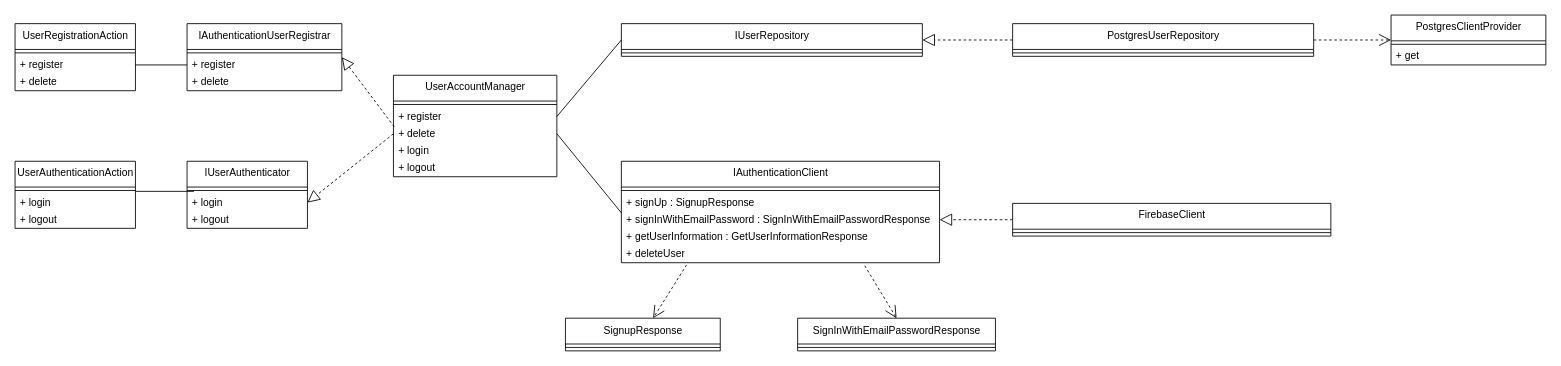
Before: page "AuthenticationModule" (3 of 7) of project-designs/class-diagrams/ff14-sns.drawio in Mouwf/FF14SNS, a draw.io diagram. Source tidied: cells renumbered, new cells numbered last; positions are measured from the earlier drawing's top-left corner, leaving out a move shared by most shapes. Both pictures are drawn from the tidied source at 86%, with x=0, y=0 at pixel (15, 15).
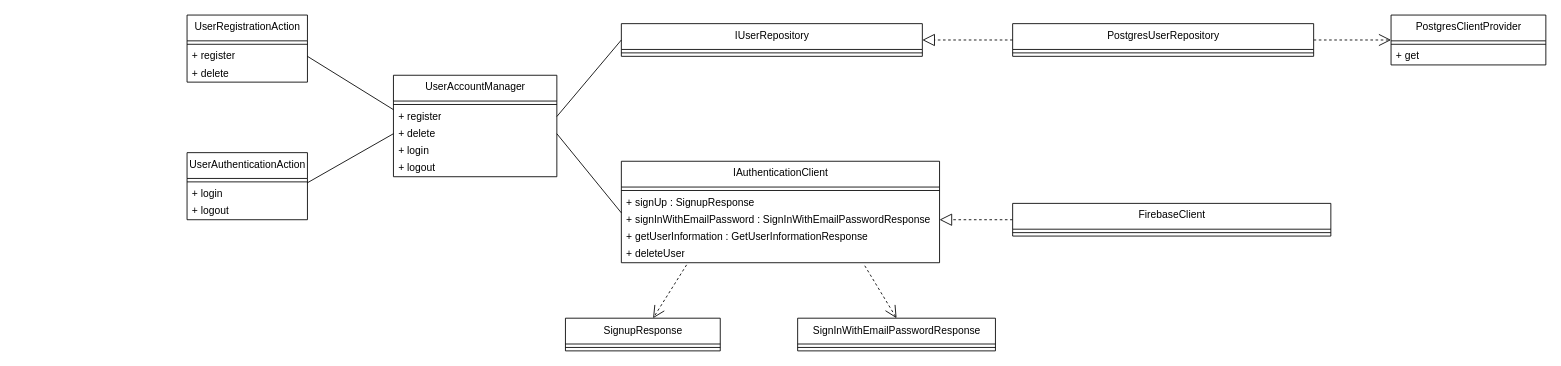
The same page after the edit.

Unchanged cells that the change refers to:
```xml
<mxCell id="12" value="+ register" style="text;html=1;strokeColor=none;fillColor=none;align=left;verticalAlign=middle;spacingLeft=4;spacingRight=4;overflow=hidden;points=[[0,0.5],[1,0.5]];portConstraint=eastwest;" parent="10" vertex="1">
  <mxGeometry y="38" width="190" height="20" as="geometry" />
</mxCell>
<mxCell id="13" value="+ delete" style="text;html=1;strokeColor=none;fillColor=none;align=left;verticalAlign=middle;spacingLeft=4;spacingRight=4;overflow=hidden;points=[[0,0.5],[1,0.5]];portConstraint=eastwest;" parent="10" vertex="1">
  <mxGeometry y="58" width="190" height="20" as="geometry" />
</mxCell>
<mxCell id="18" value="+ register" style="text;html=1;strokeColor=none;fillColor=none;align=left;verticalAlign=middle;spacingLeft=4;spacingRight=4;overflow=hidden;points=[[0,0.5],[1,0.5]];portConstraint=eastwest;" parent="16" vertex="1">
  <mxGeometry y="38" width="140" height="20" as="geometry" />
</mxCell>
<mxCell id="24" style="line;strokeWidth=1;fillColor=none;align=left;verticalAlign=middle;spacingTop=-1;spacingLeft=3;spacingRight=3;labelPosition=right;points=[];portConstraint=eastwest;" parent="23" vertex="1">
  <mxGeometry y="30" width="140" height="8" as="geometry" />
</mxCell>
```

What changed in the source:
```diff
@@
-    <mxCell id="2" value="IUserAuthenticator" style="swimlane;fontStyle=0;align=center;verticalAlign=top;horizontal=1;startSize=30;html=1;" parent="1" vertex="1">
-      <mxGeometry x="200" y="170" width="140" height="78" as="geometry" />
-    </mxCell>
-    <mxCell id="3" style="line;strokeWidth=1;fillColor=none;align=left;verticalAlign=middle;spacingTop=-1;spacingLeft=3;spacingRight=3;labelPosition=right;points=[];portConstraint=eastwest;" parent="2" vertex="1">
-      <mxGeometry y="30" width="140" height="8" as="geometry" />
-    </mxCell>
-    <mxCell id="4" value="+ login" style="text;html=1;strokeColor=none;fillColor=none;align=left;verticalAlign=middle;spacingLeft=4;spacingRight=4;overflow=hidden;points=[[0,0.5],[1,0.5]];portConstraint=eastwest;" parent="2" vertex="1">
-      <mxGeometry y="38" width="140" height="20" as="geometry" />
-    </mxCell>
-    <mxCell id="5" value="+ logout" style="text;html=1;strokeColor=none;fillColor=none;align=left;verticalAlign=middle;spacingLeft=4;spacingRight=4;overflow=hidden;" parent="2" vertex="1">
-      <mxGeometry y="58" width="140" height="20" as="geometry" />
-    </mxCell>
-    <mxCell id="6" value="IAuthenticationUserRegistrar" style="swimlane;fontStyle=0;align=center;verticalAlign=top;horizontal=1;startSize=30;html=1;" parent="1" vertex="1">
-      <mxGeometry x="200" y="10" width="180" height="78" as="geometry" />
-    </mxCell>
-    <mxCell id="7" style="line;strokeWidth=1;fillColor=none;align=left;verticalAlign=middle;spacingTop=-1;spacingLeft=3;spacingRight=3;labelPosition=right;" parent="6" vertex="1">
-      <mxGeometry y="30" width="180" height="8" as="geometry" />
-    </mxCell>
-    <mxCell id="8" value="+ register" style="text;html=1;strokeColor=none;fillColor=none;align=left;verticalAlign=middle;spacingLeft=4;spacingRight=4;overflow=hidden;points=[[0,0.5],[1,0.5]];portConstraint=eastwest;" parent="6" vertex="1">
-      <mxGeometry y="38" width="180" height="20" as="geometry" />
-    </mxCell>
-    <mxCell id="9" value="+ delete" style="text;html=1;strokeColor=none;fillColor=none;align=left;verticalAlign=middle;spacingLeft=4;spacingRight=4;overflow=hidden;" parent="6" vertex="1">
-      <mxGeometry y="58" width="180" height="20" as="geometry" />
-    </mxCell>
@@
     <mxCell id="16" value="UserRegistrationAction" style="swimlane;fontStyle=0;align=center;verticalAlign=top;horizontal=1;startSize=30;html=1;" parent="1" vertex="1">
-      <mxGeometry y="10" width="140" height="78" as="geometry" />
+      <mxGeometry x="200" width="140" height="78" as="geometry" />
     </mxCell>
@@
-    <mxCell id="20" style="edgeStyle=none;rounded=0;jumpSize=6;html=1;exitX=0.005;exitY=1.1;exitDx=0;exitDy=0;strokeWidth=1;endArrow=block;endFill=0;endSize=12;targetPerimeterSpacing=0;entryX=1;entryY=0.5;entryDx=0;entryDy=0;dashed=1;exitPerimeter=0;" parent="1" edge="1" source="12" target="6">
-      <mxGeometry relative="1" as="geometry" />
-    </mxCell>
-    <mxCell id="21" style="edgeStyle=none;rounded=0;jumpSize=6;html=1;exitX=0;exitY=0.5;exitDx=0;exitDy=0;strokeWidth=1;endArrow=block;endFill=0;endSize=12;targetPerimeterSpacing=0;entryX=1;entryY=0.5;entryDx=0;entryDy=0;dashed=1;" parent="1" edge="1" source="13" target="4">
-      <mxGeometry relative="1" as="geometry" />
-    </mxCell>
-    <mxCell id="22" style="edgeStyle=none;rounded=0;jumpSize=6;html=1;exitX=1;exitY=0.625;exitDx=0;exitDy=0;strokeWidth=1;endArrow=none;endFill=0;startSize=6;endSize=12;targetPerimeterSpacing=0;exitPerimeter=0;entryX=0.057;entryY=0.625;entryDx=0;entryDy=0;entryPerimeter=0;" parent="1" edge="1" source="24" target="3">
+    <mxCell id="22" style="edgeStyle=none;rounded=0;jumpSize=6;html=1;exitX=1;exitY=0.625;exitDx=0;exitDy=0;strokeWidth=1;endArrow=none;endFill=0;startSize=6;endSize=12;targetPerimeterSpacing=0;exitPerimeter=0;entryX=0;entryY=0.5;entryDx=0;entryDy=0;" parent="1" edge="1" source="24" target="13">
       <mxGeometry relative="1" as="geometry" />
     </mxCell>
     <mxCell id="23" value="UserAuthenticationAction" style="swimlane;fontStyle=0;align=center;verticalAlign=top;horizontal=1;startSize=30;html=1;" parent="1" vertex="1">
-      <mxGeometry y="170" width="140" height="78" as="geometry" />
+      <mxGeometry x="200" y="160" width="140" height="78" as="geometry" />
     </mxCell>
@@
-    <mxCell id="48" style="edgeStyle=none;html=1;exitX=1;exitY=0.5;exitDx=0;exitDy=0;entryX=0;entryY=0.5;entryDx=0;entryDy=0;endArrow=none;endFill=0;endSize=12;" parent="1" edge="1" source="18" target="8">
+    <mxCell id="48" style="edgeStyle=none;html=1;exitX=1;exitY=0.5;exitDx=0;exitDy=0;entryX=0;entryY=0.1;entryDx=0;entryDy=0;endArrow=none;endFill=0;endSize=12;entryPerimeter=0;" parent="1" edge="1" source="18" target="12">
       <mxGeometry relative="1" as="geometry" />
     </mxCell>
```
